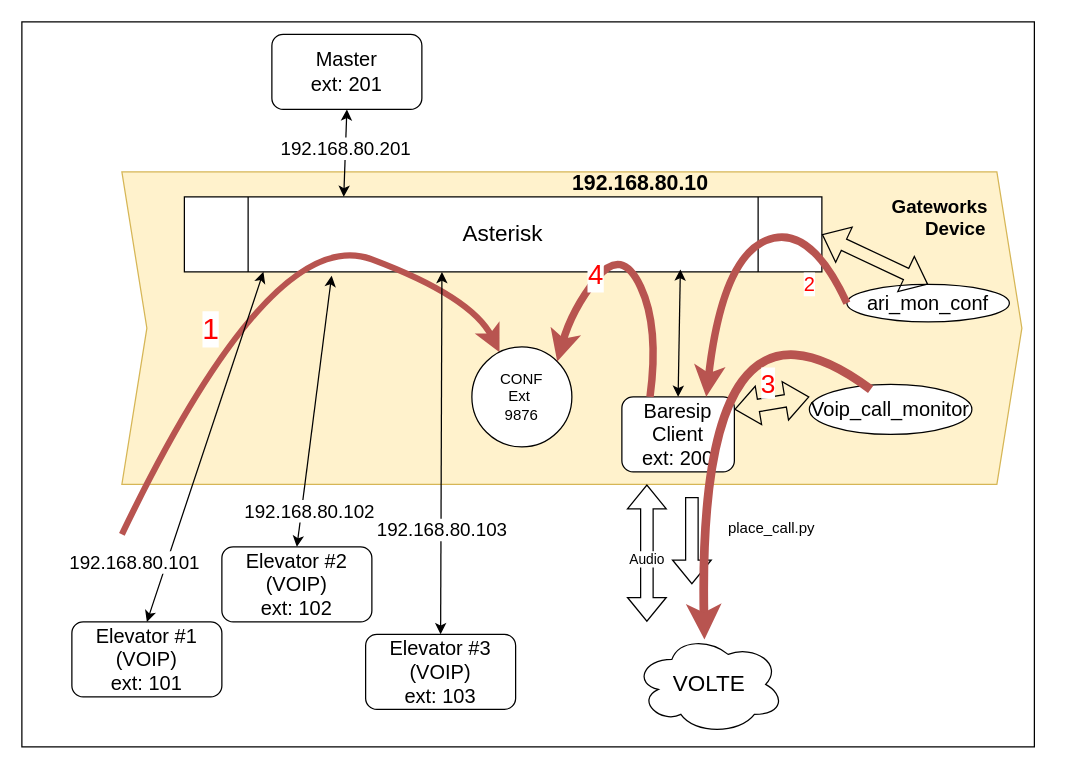
The draw.io diagram page "AlternateCallSetup" (2 of 2) of VOIP/VOIPLayout.drawio in ENGK3/ConnectedDev, before the edit. Source tidied: cells renumbered, new cells numbered last; positions are measured from the earlier drawing's top-left corner, leaving out a move shared by most shapes. Both pictures are drawn from the tidied source at 125%, with x=0, y=0 at pixel (21, 21).
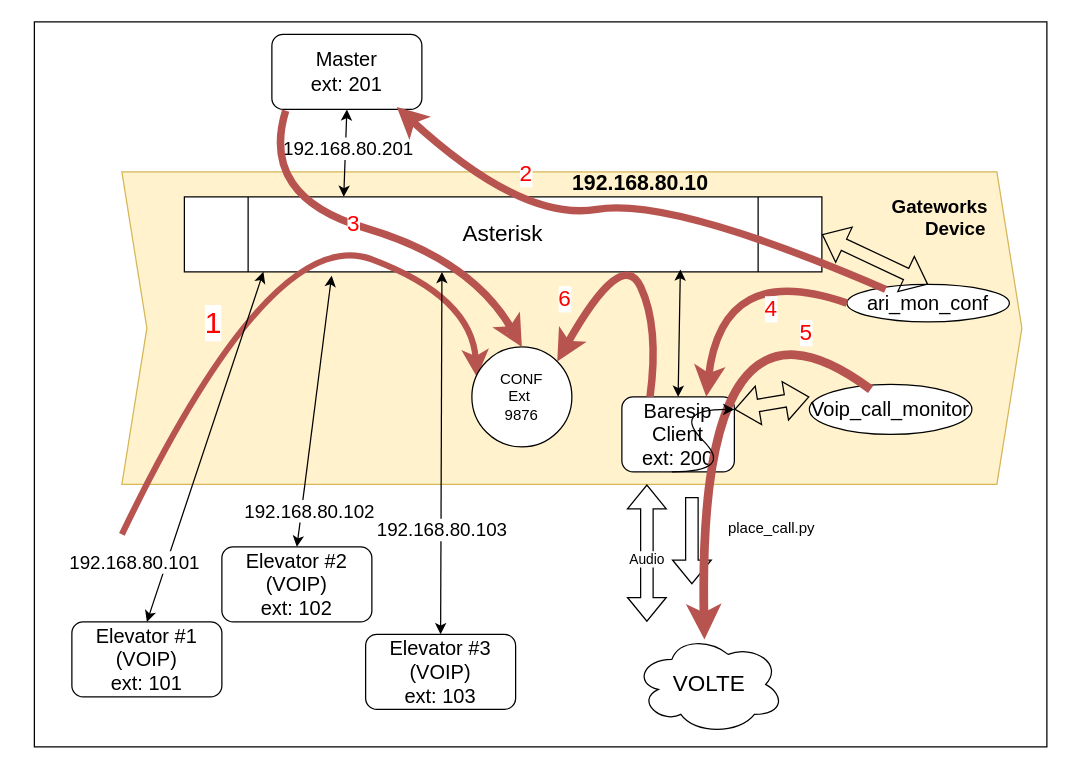
After the change.

The change refers to these unchanged cells:
```xml
<mxCell id="7" value="&lt;font style=&quot;font-size: 16px;&quot;&gt;Baresip&lt;br&gt;Client&lt;br&gt;ext: 200&lt;/font&gt;" style="rounded=1;whiteSpace=wrap;html=1;" parent="1" vertex="1">
  <mxGeometry x="480" y="300" width="90" height="60" as="geometry" />
</mxCell>
<mxCell id="14" value="&lt;font style=&quot;font-size: 16px;&quot;&gt;Master&lt;/font&gt;&lt;div&gt;&lt;span style=&quot;font-size: 16px;&quot;&gt;ext: 201&lt;/span&gt;&lt;/div&gt;" style="rounded=1;whiteSpace=wrap;html=1;" parent="1" vertex="1">
  <mxGeometry x="200" y="10" width="120" height="60" as="geometry" />
</mxCell>
<mxCell id="15" style="endArrow=classic;startArrow=classic;html=1;rounded=0;exitX=0.25;exitY=0;exitDx=0;exitDy=0;entryX=0.5;entryY=1;entryDx=0;entryDy=0;" parent="1" edge="1" source="4" target="14">
  <mxGeometry relative="1" as="geometry" />
</mxCell>
<mxCell id="28" value="CONF&lt;br&gt;Ext&amp;nbsp;&lt;br&gt;9876" style="ellipse;whiteSpace=wrap;html=1;" parent="1" vertex="1">
  <mxGeometry x="360" y="260" width="80" height="80" as="geometry" />
</mxCell>
<mxCell id="30" style="curved=1;endArrow=classic;html=1;rounded=0;exitX=0.377;exitY=0.1;exitDx=0;exitDy=0;exitPerimeter=0;entryX=0.467;entryY=0.05;entryDx=0;entryDy=0;entryPerimeter=0;fillColor=#f8cecc;strokeColor=#b85450;strokeWidth=7;" parent="1" edge="1" source="8" target="26">
  <mxGeometry relative="1" as="geometry">
    <Array as="points">
      <mxPoint x="540" y="190" />
    </Array>
  </mxGeometry>
</mxCell>
<mxCell id="34" value="&lt;span style=&quot;font-size: 16px;&quot;&gt;ari_mon_conf&lt;/span&gt;" style="ellipse;whiteSpace=wrap;html=1;" parent="1" vertex="1">
  <mxGeometry x="660" y="210" width="130" height="30" as="geometry" />
</mxCell>
```

What changed in the source:
```diff
@@
     <mxCell id="2" style="rounded=0;whiteSpace=wrap;html=1;" parent="1" vertex="1">
-      <mxGeometry width="810" height="580" as="geometry" />
+      <mxGeometry x="10" width="810" height="580" as="geometry" />
     </mxCell>
@@
-    <mxCell id="5" style="curved=1;endArrow=classic;html=1;rounded=0;fillColor=#f8cecc;strokeColor=#b85450;strokeWidth=5;" parent="1" edge="1" target="28">
+    <mxCell id="5" style="curved=1;endArrow=classic;html=1;rounded=0;fillColor=#f8cecc;strokeColor=#b85450;strokeWidth=5;entryX=0.05;entryY=0.3;entryDx=0;entryDy=0;entryPerimeter=0;" parent="1" edge="1" target="28">
       <mxGeometry relative="1" as="geometry">
         <mxPoint x="80" y="410" as="sourcePoint" />
         <Array as="points">
           <mxPoint x="200" y="160" />
           <mxPoint x="360" y="220" />
         </Array>
       </mxGeometry>
     </mxCell>
@@
     <mxCell id="16" value="&lt;font style=&quot;font-size: 15px;&quot;&gt;192.168.80.201&lt;/font&gt;" style="edgeLabel;html=1;align=center;verticalAlign=middle;" parent="15" vertex="1">
-      <mxGeometry x="0.15" relative="1" as="geometry" />
+      <mxGeometry x="0.15" relative="1" as="geometry">
+        <mxPoint x="2" as="offset" />
+      </mxGeometry>
     </mxCell>
@@
-    <mxCell id="31" value="&lt;font style=&quot;font-size: 21px; color: rgb(255, 0, 0);&quot;&gt;3&lt;/font&gt;" style="edgeLabel;html=1;align=center;verticalAlign=middle;" parent="30" vertex="1">
+    <mxCell id="31" value="&lt;font style=&quot;font-size: 18px;&quot; color=&quot;#ff0000&quot;&gt;5&lt;/font&gt;" style="edgeLabel;html=1;align=center;verticalAlign=middle;" parent="30" vertex="1">
       <mxGeometry x="-0.47" y="13" relative="1" as="geometry">
-        <mxPoint x="27" y="60" as="offset" />
+        <mxPoint x="57" y="20" as="offset" />
       </mxGeometry>
     </mxCell>
     <mxCell id="32" style="curved=1;endArrow=classic;html=1;rounded=0;entryX=1;entryY=0;entryDx=0;entryDy=0;exitX=0.25;exitY=0;exitDx=0;exitDy=0;fillColor=#f8cecc;strokeColor=#b85450;strokeWidth=6;" parent="1" edge="1" source="7" target="28">
       <mxGeometry relative="1" as="geometry">
         <Array as="points">
           <mxPoint x="510" y="244" />
           <mxPoint x="480" y="180" />
-          <mxPoint x="440" y="230" />
         </Array>
       </mxGeometry>
     </mxCell>
-    <mxCell id="33" value="&lt;font style=&quot;color: rgb(255, 0, 0); font-size: 22px;&quot;&gt;4&lt;/font&gt;" style="edgeLabel;html=1;align=center;verticalAlign=middle;" parent="32" vertex="1">
+    <mxCell id="33" value="&lt;font style=&quot;color: rgb(255, 0, 0); font-size: 18px;&quot;&gt;6&lt;/font&gt;" style="edgeLabel;html=1;align=center;verticalAlign=middle;" parent="32" vertex="1">
       <mxGeometry y="1" relative="1" as="geometry">
-        <mxPoint x="-25" y="13" as="offset" />
+        <mxPoint x="-50" y="31" as="offset" />
       </mxGeometry>
     </mxCell>
@@
     <mxCell id="36" style="curved=1;endArrow=classic;html=1;rounded=0;exitX=0;exitY=0.5;exitDx=0;exitDy=0;entryX=0.75;entryY=0;entryDx=0;entryDy=0;fillColor=#f8cecc;strokeColor=#b85450;strokeWidth=6;" parent="1" edge="1" source="34" target="7">
       <mxGeometry relative="1" as="geometry">
         <Array as="points">
-          <mxPoint x="630" y="160" />
           <mxPoint x="560" y="190" />
         </Array>
       </mxGeometry>
     </mxCell>
-    <mxCell id="37" value="&lt;font style=&quot;font-size: 16px; color: rgb(255, 0, 0);&quot;&gt;2&lt;/font&gt;" style="edgeLabel;html=1;align=center;verticalAlign=middle;" parent="36" vertex="1">
+    <mxCell id="37" value="&lt;font style=&quot;color: rgb(255, 0, 0); font-size: 18px;&quot;&gt;4&lt;/font&gt;" style="edgeLabel;html=1;align=center;verticalAlign=middle;fontSize=16;" parent="36" vertex="1">
       <mxGeometry x="-0.07" y="6" relative="1" as="geometry">
-        <mxPoint x="42" y="25" as="offset" />
+        <mxPoint x="36" y="32" as="offset" />
       </mxGeometry>
     </mxCell>
+    <mxCell id="38" style="curved=1;endArrow=classic;html=1;rounded=0;entryX=0.833;entryY=0.967;entryDx=0;entryDy=0;entryPerimeter=0;fillColor=#f8cecc;strokeColor=#b85450;strokeWidth=6;exitX=0.238;exitY=0.133;exitDx=0;exitDy=0;exitPerimeter=0;" parent="1" edge="1" source="34" target="14">
+      <mxGeometry relative="1" as="geometry">
+        <Array as="points">
+          <mxPoint x="520" y="140" />
+          <mxPoint x="400" y="160" />
+        </Array>
+      </mxGeometry>
+    </mxCell>
+    <mxCell id="39" value="&lt;font style=&quot;color: rgb(255, 0, 0);&quot;&gt;2&lt;/font&gt;" style="edgeLabel;html=1;align=center;verticalAlign=middle;fontSize=18;" parent="38" vertex="1">
+      <mxGeometry x="-0.19" y="3" relative="1" as="geometry">
+        <mxPoint x="-122" y="-24" as="offset" />
+      </mxGeometry>
+    </mxCell>
+    <mxCell id="40" style="curved=1;endArrow=classic;html=1;rounded=0;" parent="1" edge="1">
+      <mxGeometry relative="1" as="geometry">
+        <mxPoint x="520" y="360" as="sourcePoint" />
+        <mxPoint x="570" y="310" as="targetPoint" />
+        <Array as="points">
+          <mxPoint x="570" y="360" />
+          <mxPoint x="520" y="310" />
+        </Array>
+      </mxGeometry>
+    </mxCell>
+    <mxCell id="41" style="curved=1;endArrow=classic;html=1;rounded=0;entryX=0.5;entryY=0;entryDx=0;entryDy=0;exitX=0.092;exitY=1.017;exitDx=0;exitDy=0;exitPerimeter=0;fillColor=#f8cecc;strokeColor=#b85450;strokeWidth=6;" parent="1" edge="1" source="14" target="28">
+      <mxGeometry relative="1" as="geometry">
+        <Array as="points">
+          <mxPoint x="190" y="140" />
+          <mxPoint x="360" y="190" />
+        </Array>
+      </mxGeometry>
+    </mxCell>
+    <mxCell id="42" value="&lt;font style=&quot;color: rgb(255, 0, 0); font-size: 18px;&quot;&gt;3&lt;/font&gt;" style="edgeLabel;html=1;align=center;verticalAlign=middle;" parent="41" vertex="1">
+      <mxGeometry x="-0.09" relative="1" as="geometry" />
+    </mxCell>
```
